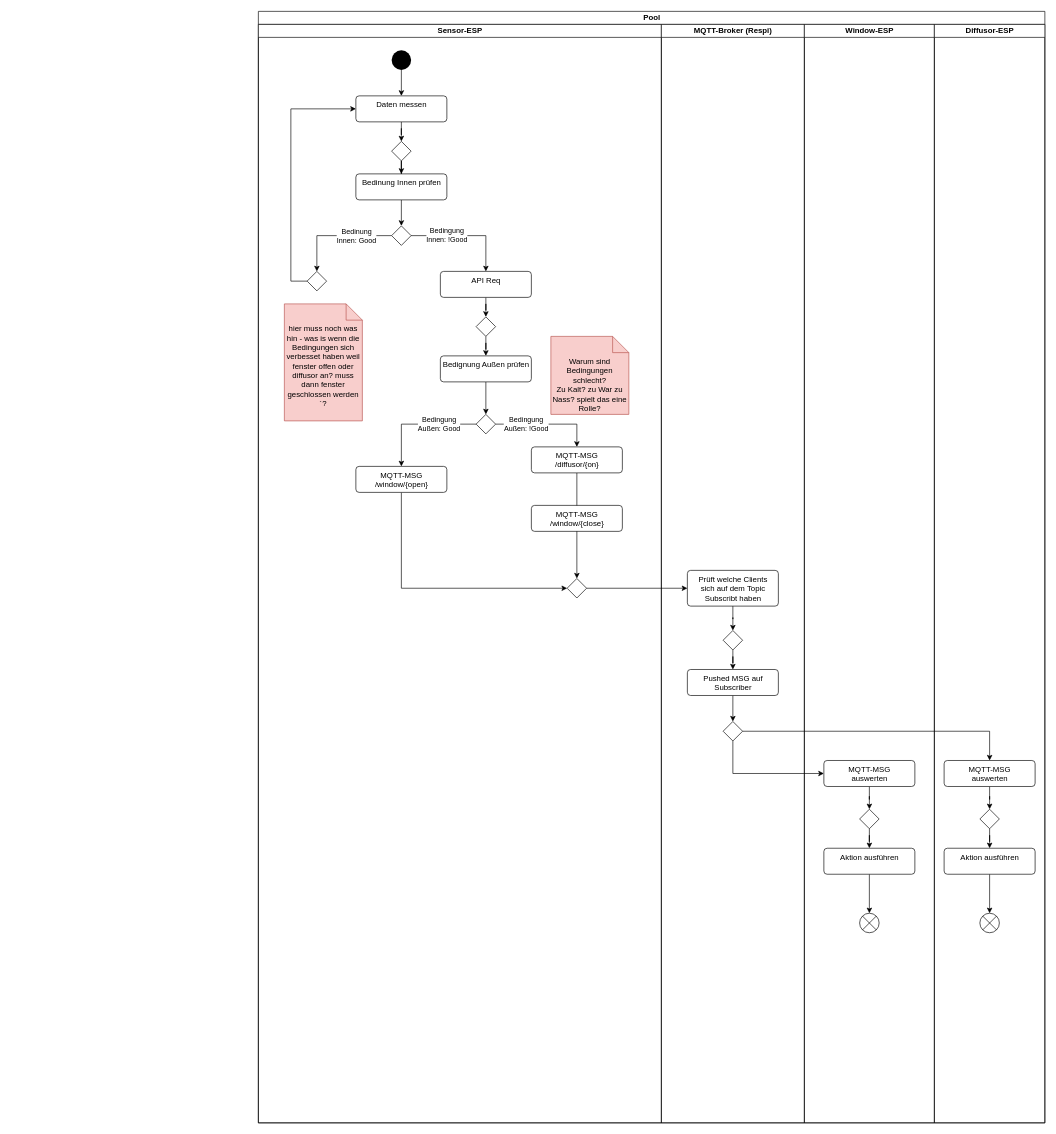
This is page "Aktivitätsdiagramm" (2 of 4) of Artefakte/Architektur.drawio from JJJS777/Lufty, a draw.io file, before an edit. Source tidied: cells renumbered, new cells numbered last; positions are measured from the earlier drawing's top-left corner, leaving out a move shared by most shapes. Both pictures are drawn from the tidied source at 65%, with x=0, y=0 at pixel (258, 11).
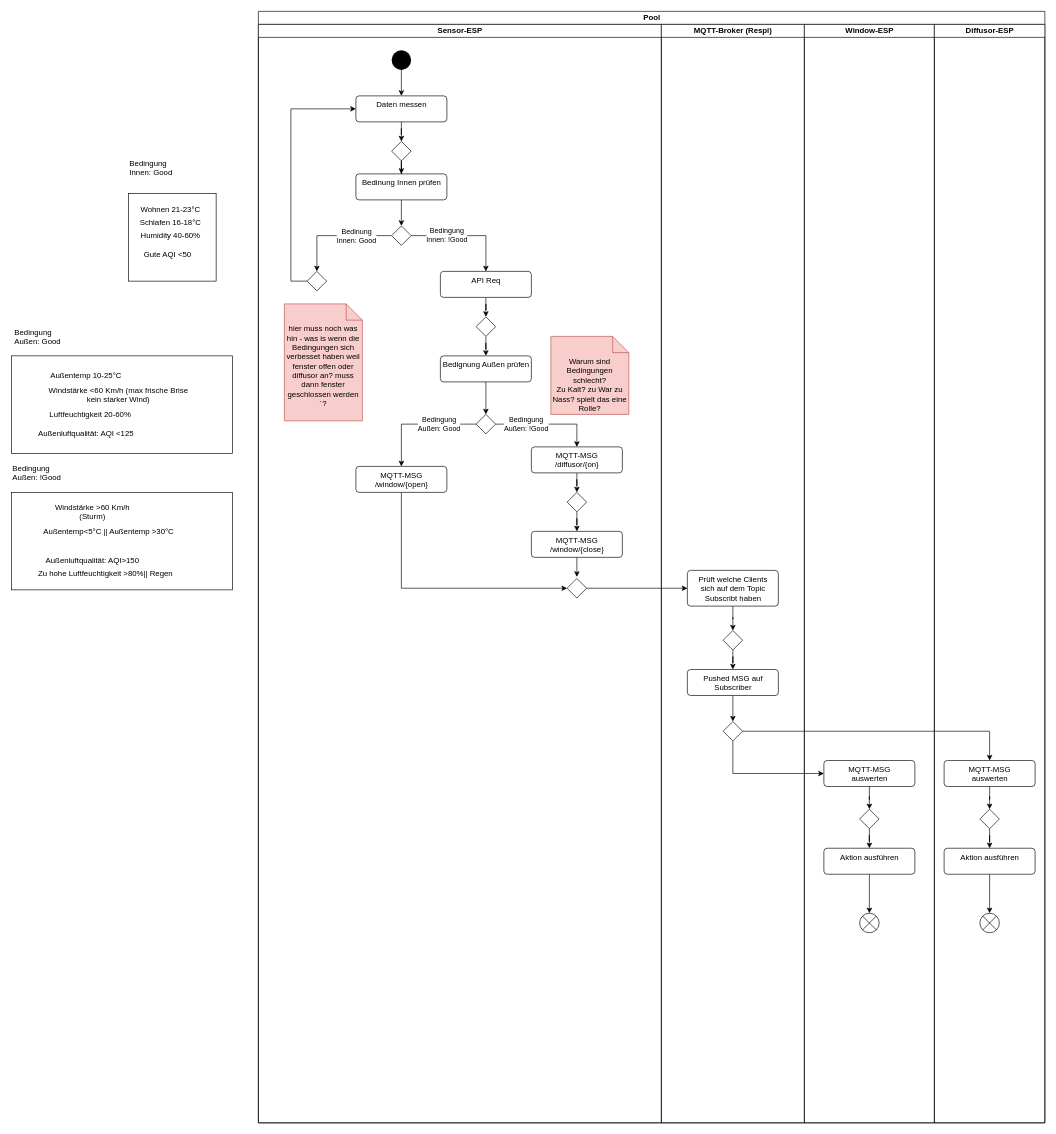
The same page after the edit.

The change refers to these unchanged cells:
```xml
<mxCell id="3" value="Sensor-ESP" style="swimlane;html=1;startSize=20;" parent="2" vertex="1">
  <mxGeometry y="20" width="620" height="1690" as="geometry" />
</mxCell>
<mxCell id="26" value="MQTT-MSG&lt;br&gt;/diffusor/{on}" style="html=1;align=center;verticalAlign=top;rounded=1;absoluteArcSize=1;arcSize=10;dashed=0;" parent="3" vertex="1">
  <mxGeometry x="420" y="650" width="140" height="40" as="geometry" />
</mxCell>
<mxCell id="27" style="rhombus;" parent="3" vertex="1">
  <mxGeometry x="475" y="852.5" width="30" height="30" as="geometry" />
</mxCell>
```

Diff of the diagram source:
```diff
@@
-    <mxCell id="25" style="edgeStyle=orthogonalEdgeStyle;rounded=0;jettySize=auto;html=1;entryX=0.5;entryY=0;entryDx=0;entryDy=0;endArrow=classic;endFill=1;" parent="3" edge="1" source="26" target="27">
-      <mxGeometry relative="1" as="geometry" />
-    </mxCell>
+    <mxCell id="62" style="edgeStyle=orthogonalEdgeStyle;rounded=0;jettySize=auto;html=1;" parent="3" edge="1" source="26" target="64">
+      <mxGeometry relative="1" as="geometry" />
+    </mxCell>
@@
     <mxCell id="34" value="MQTT-MSG&lt;br&gt;/window/{close}" style="html=1;align=center;verticalAlign=top;rounded=1;absoluteArcSize=1;arcSize=10;dashed=0;" parent="3" vertex="1">
-      <mxGeometry x="420" y="740" width="140" height="40" as="geometry" />
+      <mxGeometry x="420" y="780" width="140" height="40" as="geometry" />
     </mxCell>
+    <mxCell id="63" style="edgeStyle=orthogonalEdgeStyle;rounded=0;jettySize=auto;html=1;entryX=0.5;entryY=0;entryDx=0;entryDy=0;" parent="3" edge="1" source="64" target="34">
+      <mxGeometry relative="1" as="geometry" />
+    </mxCell>
+    <mxCell id="64" style="rhombus;" parent="3" vertex="1">
+      <mxGeometry x="475" y="720" width="30" height="30" as="geometry" />
+    </mxCell>
@@
+    <mxCell id="65" style="rounded=0;whiteSpace=wrap;html=1;" parent="1" vertex="1">
+      <mxGeometry x="-380" y="740" width="340" height="150" as="geometry" />
+    </mxCell>
+    <mxCell id="66" style="edgeStyle=orthogonalEdgeStyle;rounded=0;jettySize=auto;html=1;" parent="1" edge="1" source="34">
+      <mxGeometry relative="1" as="geometry">
+        <mxPoint x="490" y="870" as="targetPoint" />
+      </mxGeometry>
+    </mxCell>
+    <mxCell id="67" value="Windstärke &amp;gt;60 Km/h (Sturm)" style="text;html=1;strokeColor=none;fillColor=none;align=center;verticalAlign=middle;whiteSpace=wrap;rounded=0;" parent="1" vertex="1">
+      <mxGeometry x="-335" y="760" width="160" height="20" as="geometry" />
+    </mxCell>
+    <mxCell id="68" value="&lt;br&gt;&lt;br&gt;&lt;br&gt;Außenluftqualität: AQI&amp;gt;150&lt;br&gt;&lt;br&gt;" style="text;html=1;strokeColor=none;fillColor=none;align=center;verticalAlign=middle;whiteSpace=wrap;rounded=0;" parent="1" vertex="1">
+      <mxGeometry x="-360" y="820" width="210" height="20" as="geometry" />
+    </mxCell>
+    <mxCell id="69" value="Außentemp&amp;lt;5°C || Außentemp &amp;gt;30°C" style="text;html=1;strokeColor=none;fillColor=none;align=center;verticalAlign=middle;whiteSpace=wrap;rounded=0;" parent="1" vertex="1">
+      <mxGeometry x="-335" y="790" width="210" height="20" as="geometry" />
+    </mxCell>
+    <mxCell id="70" value="Zu hohe Luftfeuchtigkeit &amp;gt;80%|| Regen " style="text;html=1;strokeColor=none;fillColor=none;align=center;verticalAlign=middle;whiteSpace=wrap;rounded=0;" parent="1" vertex="1">
+      <mxGeometry x="-350" y="855" width="230" height="20" as="geometry" />
+    </mxCell>
+    <mxCell id="71" style="rounded=0;whiteSpace=wrap;html=1;" parent="1" vertex="1">
+      <mxGeometry x="-380" y="530" width="340" height="150" as="geometry" />
+    </mxCell>
+    <mxCell id="72" value="Außentemp 10-25°C" style="text;html=1;strokeColor=none;fillColor=none;align=center;verticalAlign=middle;whiteSpace=wrap;rounded=0;" parent="1" vertex="1">
+      <mxGeometry x="-370" y="550" width="210" height="20" as="geometry" />
+    </mxCell>
+    <mxCell id="73" value="Windstärke &amp;lt;60 Km/h (max frische Brise kein starker Wind)" style="text;html=1;strokeColor=none;fillColor=none;align=center;verticalAlign=middle;whiteSpace=wrap;rounded=0;" parent="1" vertex="1">
+      <mxGeometry x="-335" y="580" width="240" height="20" as="geometry" />
+    </mxCell>
+    <mxCell id="74" value="&amp;nbsp;Luftfeuchtigkeit 20-60%" style="text;html=1;strokeColor=none;fillColor=none;align=center;verticalAlign=middle;whiteSpace=wrap;rounded=0;" parent="1" vertex="1">
+      <mxGeometry x="-355" y="610" width="190" height="20" as="geometry" />
+    </mxCell>
+    <mxCell id="75" value="Außenluftqualität: AQI &amp;lt;125" style="text;html=1;strokeColor=none;fillColor=none;align=center;verticalAlign=middle;whiteSpace=wrap;rounded=0;" parent="1" vertex="1">
+      <mxGeometry x="-370" y="640" width="210" height="20" as="geometry" />
+    </mxCell>
+    <mxCell id="76" value="Wohnen 21-23°C" style="text;html=1;strokeColor=none;fillColor=none;align=center;verticalAlign=middle;whiteSpace=wrap;rounded=0;" parent="1" vertex="1">
+      <mxGeometry x="-185" y="295" width="100" height="20" as="geometry" />
+    </mxCell>
+    <mxCell id="77" value="Schlafen 16-18°C" style="text;html=1;strokeColor=none;fillColor=none;align=center;verticalAlign=middle;whiteSpace=wrap;rounded=0;" parent="1" vertex="1">
+      <mxGeometry x="-185" y="315" width="100" height="20" as="geometry" />
+    </mxCell>
+    <mxCell id="78" value="Humidity 40-60%" style="text;html=1;strokeColor=none;fillColor=none;align=center;verticalAlign=middle;whiteSpace=wrap;rounded=0;" parent="1" vertex="1">
+      <mxGeometry x="-185" y="335" width="100" height="20" as="geometry" />
+    </mxCell>
+    <mxCell id="79" value="Gute AQI &amp;lt;50" style="text;html=1;strokeColor=none;fillColor=none;align=center;verticalAlign=middle;whiteSpace=wrap;rounded=0;" parent="1" vertex="1">
+      <mxGeometry x="-197.5" y="365" width="115" height="20" as="geometry" />
+    </mxCell>
+    <mxCell id="80" style="whiteSpace=wrap;html=1;gradientColor=none;fillColor=none;" parent="1" vertex="1">
+      <mxGeometry x="-200" y="280" width="135" height="135" as="geometry" />
+    </mxCell>
+    <mxCell id="81" value="Bedingung &lt;br&gt;Innen: Good" style="text;whiteSpace=wrap;html=1;" parent="1" vertex="1">
+      <mxGeometry x="-200" y="220" width="210" height="40" as="geometry" />
+    </mxCell>
+    <mxCell id="82" value="Bedingung &lt;br&gt;Außen: Good" style="text;whiteSpace=wrap;html=1;" parent="1" vertex="1">
+      <mxGeometry x="-377.5" y="480" width="100" height="40" as="geometry" />
+    </mxCell>
+    <mxCell id="83" value="Bedingung &lt;br&gt;Außen: !Good" style="text;whiteSpace=wrap;html=1;" parent="1" vertex="1">
+      <mxGeometry x="-380" y="690" width="100" height="40" as="geometry" />
+    </mxCell>
```
